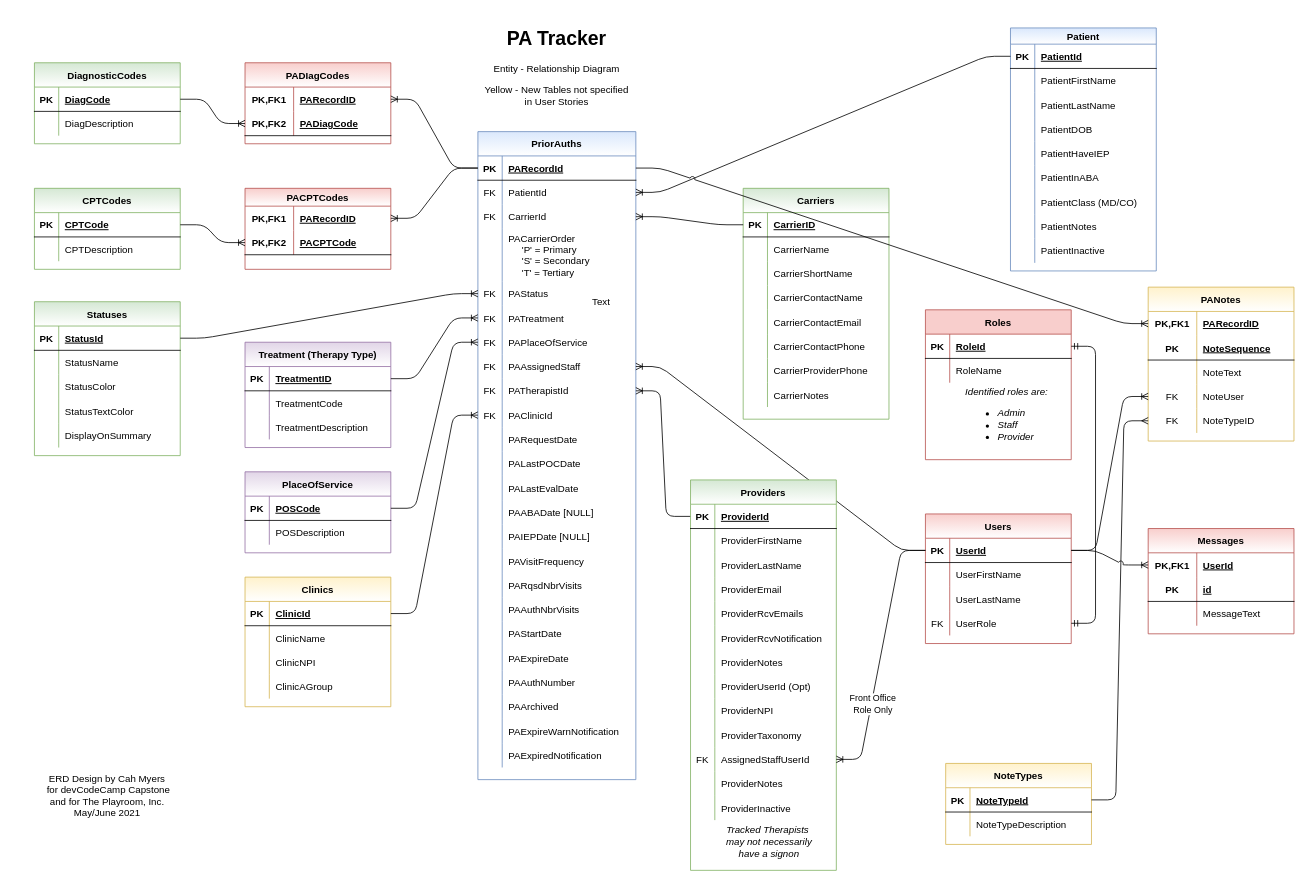
cashmy/PA_Backend keeps this draw.io diagram as PA_Tracker_Db.drawio. Above is the earlier version. Source tidied: cells renumbered, new cells numbered last; positions are measured from the earlier drawing's top-left corner, leaving out a move shared by most shapes. Both pictures are drawn from the tidied source at 81%, with x=0, y=0 at pixel (14, 22).
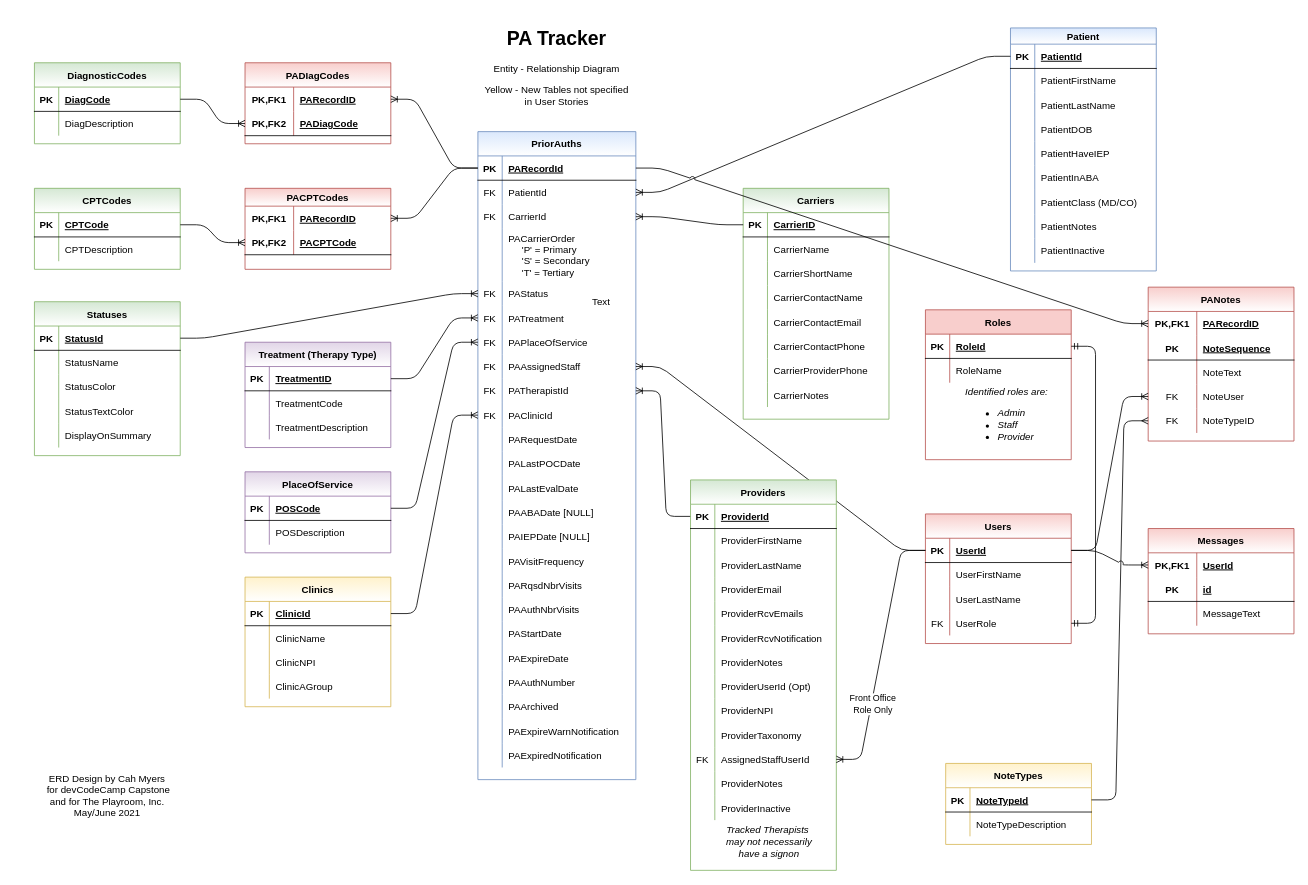
The same diagram, later.

Commit message:
Cosmetic changes only

Change to the diagram source:
```diff
@@
-    <mxCell id="283" value="PANotes" style="shape=table;startSize=30;childLayout=tableLayout;rowLines=0;fontStyle=1;align=center;fillColor=#fff2cc;strokeColor=#d6b656;gradientColor=#ffffff;" parent="1" vertex="1">
+    <mxCell id="283" value="PANotes" style="shape=table;startSize=30;childLayout=tableLayout;rowLines=0;fontStyle=1;align=center;fillColor=#f8cecc;strokeColor=#b85450;gradientColor=#ffffff;" parent="1" vertex="1">
       <mxGeometry x="1400" y="327" width="180" height="190" as="geometry" />
     </mxCell>
```
